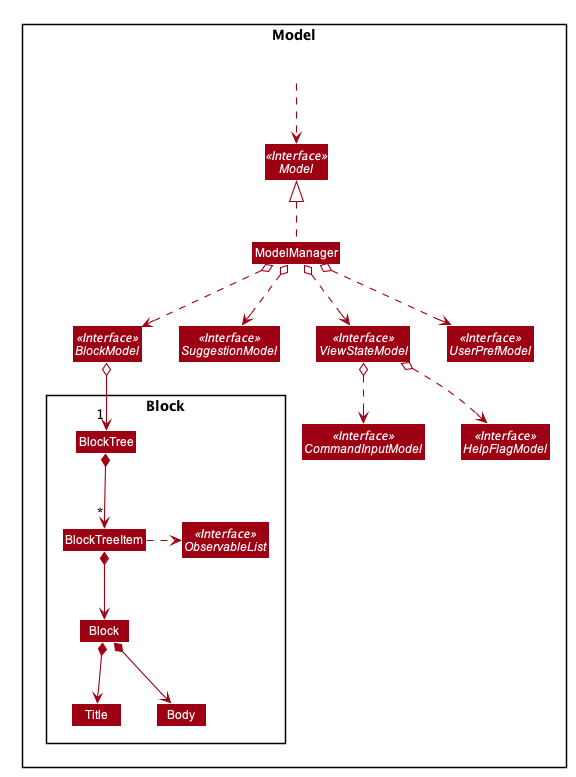
The PlantUML diagram docs/images/ModelClassDiagram.png in nus-cs2103-AY1920S2/addressbook-level3, before a commit.
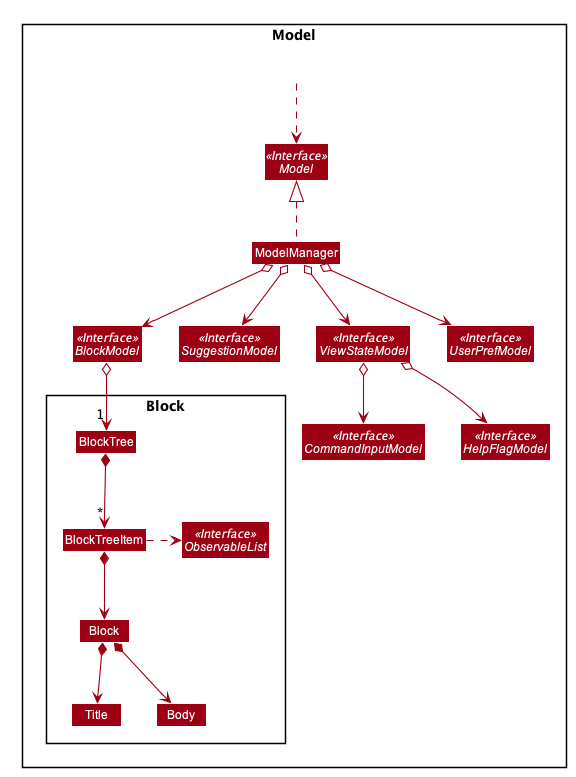
The same diagram one commit later.

Change to the diagram source:
```diff
@@ -75,12 +75,12 @@
 
 ModelManager .up.|> Model
 
-ModelManager o.down.> BlockModel
-ModelManager o.down.> SuggestionModel
-ModelManager o.down.> ViewStateModel
-ModelManager o.down.> UserPrefModel
-ViewStateModel o.down.> CommandInputModel
-ViewStateModel o.down.> HelpFlagModel
+ModelManager o-down-> BlockModel
+ModelManager o-down-> SuggestionModel
+ModelManager o-down-> ViewStateModel
+ModelManager o-down-> UserPrefModel
+ViewStateModel o-down-> CommandInputModel
+ViewStateModel o-down-> HelpFlagModel
 
 BlockModel o-down-> "1" BlockTree
 
```
